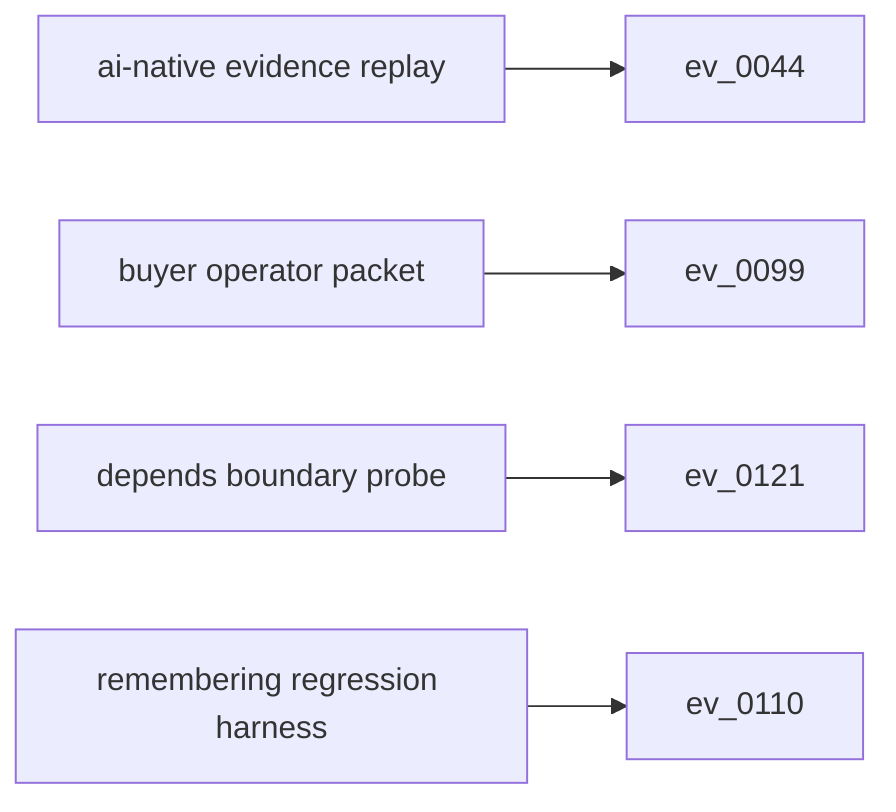
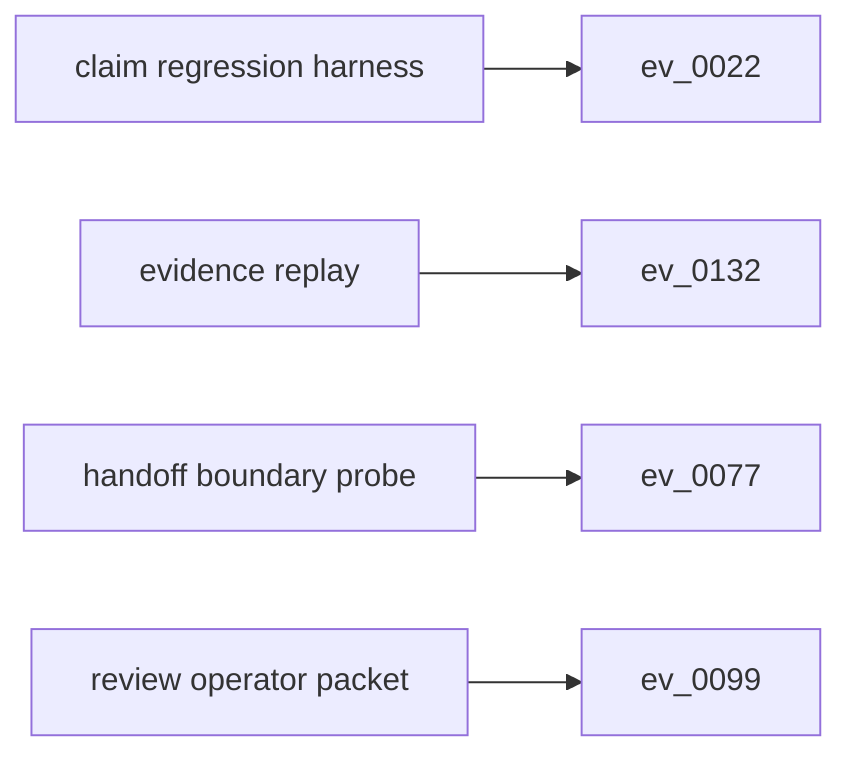
flowchart LR
-   s0["ai-native evidence replay"]
-   e0["ev_0044"]
+   s0["claim regression harness"]
+   e0["ev_0022"]
  s0 --> e0
-   s1["buyer operator packet"]
-   e1["ev_0099"]
+   s1["evidence replay"]
+   e1["ev_0132"]
  s1 --> e1
-   s2["depends boundary probe"]
-   e2["ev_0121"]
+   s2["handoff boundary probe"]
+   e2["ev_0077"]
  s2 --> e2
-   s3["remembering regression harness"]
-   e3["ev_0110"]
+   s3["review operator packet"]
+   e3["ev_0099"]
  s3 --> e3
